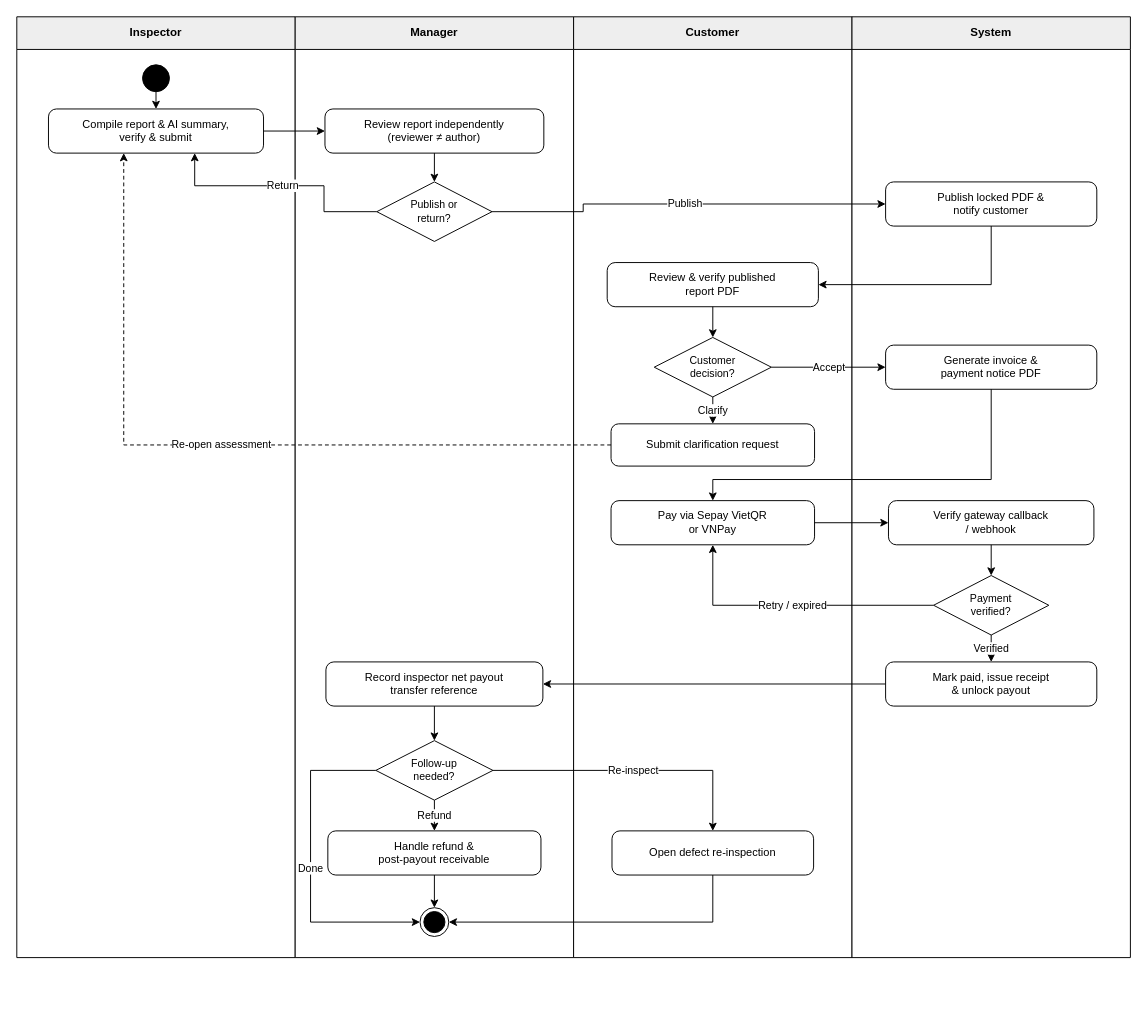
Earlier version of the draw.io diagram page "MF4 - Report, Finance & Reinspection" (5 of 5) of diagrams/smartdrone-activity-diagrams.drawio (tungbach12/SmartDroneInspection-Docs). Source tidied: cells renumbered, new cells numbered last; positions are measured from the earlier drawing's top-left corner, leaving out a move shared by most shapes. Both pictures are drawn from the tidied source at 96%, with x=0, y=0 at pixel (16, 16).
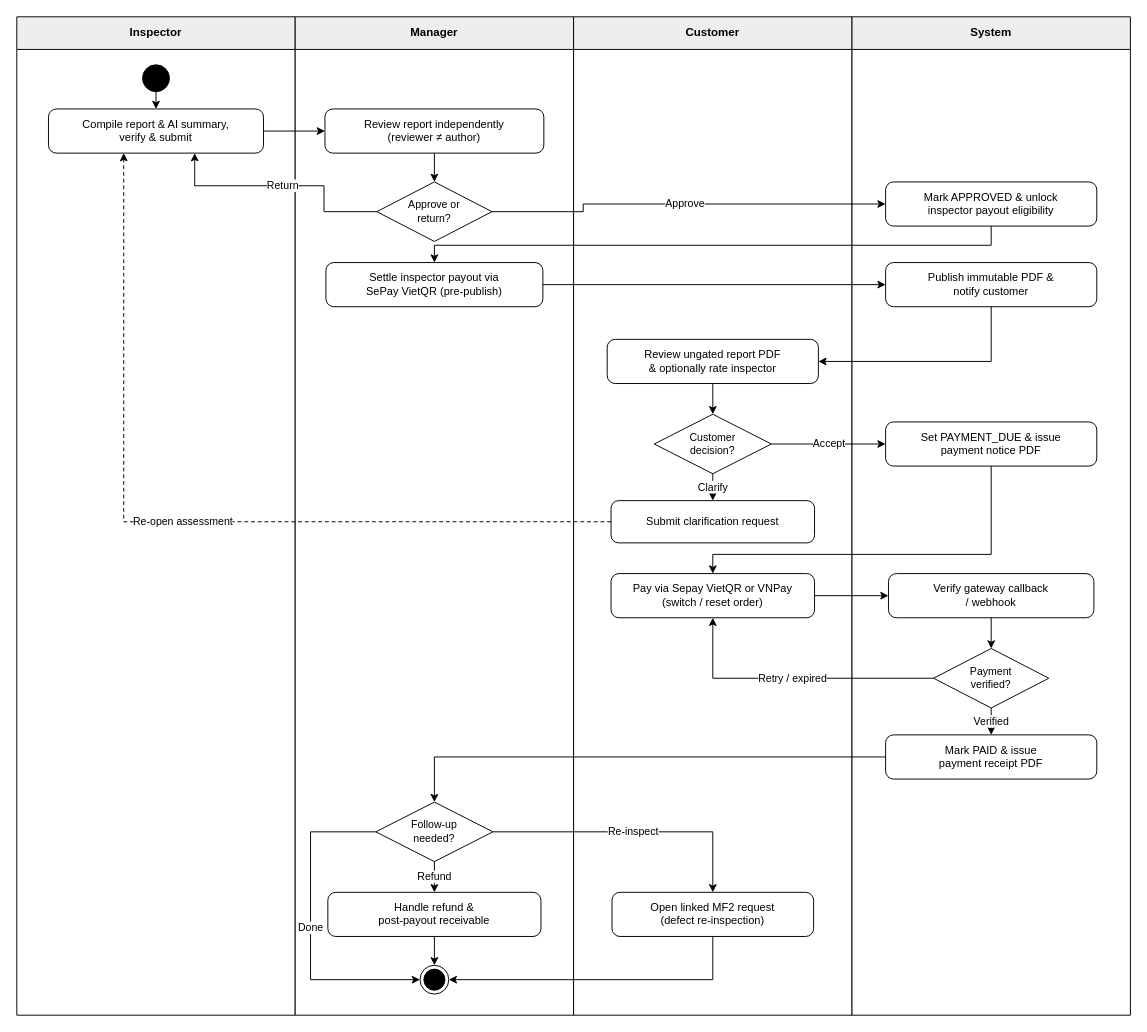
The same diagram, later.

Unchanged cells that the change refers to:
```xml
<mxCell id="7" value="Compile report &amp;amp; AI summary,&lt;br&gt;verify &amp;amp; submit" style="rounded=1;whiteSpace=wrap;html=1;arcSize=18;fillColor=#FFFFFF;strokeColor=#000000;strokeWidth=1;fontColor=#000000;fontSize=11.5;fontFamily=Helvetica;align=center;verticalAlign=middle;spacingLeft=8;spacingRight=8;" parent="1" vertex="1">
  <mxGeometry x="33" y="96" width="224" height="46" as="geometry" />
</mxCell>
```

The edit, as a diff of the source:
```diff
@@
     <mxCell id="2" value="Inspector" style="swimlane;whiteSpace=wrap;html=1;startSize=34;fillColor=#EEEEEE;swimlaneFillColor=#FFFFFF;strokeColor=#000000;strokeWidth=1;fontColor=#000000;fontStyle=1;fontSize=12;fontFamily=Helvetica;" parent="1" vertex="1">
-      <mxGeometry width="290" height="980" as="geometry" />
+      <mxGeometry width="290" height="1040" as="geometry" />
     </mxCell>
     <mxCell id="3" value="Manager" style="swimlane;whiteSpace=wrap;html=1;startSize=34;fillColor=#EEEEEE;swimlaneFillColor=#FFFFFF;strokeColor=#000000;strokeWidth=1;fontColor=#000000;fontStyle=1;fontSize=12;fontFamily=Helvetica;" parent="1" vertex="1">
-      <mxGeometry x="290" width="290" height="980" as="geometry" />
+      <mxGeometry x="290" width="290" height="1040" as="geometry" />
     </mxCell>
     <mxCell id="4" value="Customer" style="swimlane;whiteSpace=wrap;html=1;startSize=34;fillColor=#EEEEEE;swimlaneFillColor=#FFFFFF;strokeColor=#000000;strokeWidth=1;fontColor=#000000;fontStyle=1;fontSize=12;fontFamily=Helvetica;" parent="1" vertex="1">
-      <mxGeometry x="580" width="290" height="980" as="geometry" />
+      <mxGeometry x="580" width="290" height="1040" as="geometry" />
     </mxCell>
     <mxCell id="5" value="System" style="swimlane;whiteSpace=wrap;html=1;startSize=34;fillColor=#EEEEEE;swimlaneFillColor=#FFFFFF;strokeColor=#000000;strokeWidth=1;fontColor=#000000;fontStyle=1;fontSize=12;fontFamily=Helvetica;" parent="1" vertex="1">
-      <mxGeometry x="870" width="290" height="980" as="geometry" />
+      <mxGeometry x="870" width="290" height="1040" as="geometry" />
     </mxCell>
@@
-    <mxCell id="9" value="Publish or&lt;br&gt;return?" style="rhombus;whiteSpace=wrap;html=1;fillColor=#FFFFFF;strokeColor=#000000;strokeWidth=1;fontColor=#000000;fontSize=11;fontFamily=Helvetica;align=center;verticalAlign=middle;" parent="1" vertex="1">
+    <mxCell id="9" value="Approve or&lt;br&gt;return?" style="rhombus;whiteSpace=wrap;html=1;fillColor=#FFFFFF;strokeColor=#000000;strokeWidth=1;fontColor=#000000;fontSize=11;fontFamily=Helvetica;align=center;verticalAlign=middle;" parent="1" vertex="1">
       <mxGeometry x="375" y="172" width="120" height="62" as="geometry" />
     </mxCell>
-    <mxCell id="10" value="Publish locked PDF &amp;amp;&lt;br&gt;notify customer" style="rounded=1;whiteSpace=wrap;html=1;arcSize=18;fillColor=#FFFFFF;strokeColor=#000000;strokeWidth=1;fontColor=#000000;fontSize=11.5;fontFamily=Helvetica;align=center;verticalAlign=middle;spacingLeft=8;spacingRight=8;" parent="1" vertex="1">
+    <mxCell id="10" value="Mark APPROVED &amp;amp; unlock&lt;br&gt;inspector payout eligibility" style="rounded=1;whiteSpace=wrap;html=1;arcSize=18;fillColor=#FFFFFF;strokeColor=#000000;strokeWidth=1;fontColor=#000000;fontSize=11.5;fontFamily=Helvetica;align=center;verticalAlign=middle;spacingLeft=8;spacingRight=8;" parent="1" vertex="1">
       <mxGeometry x="905" y="172" width="220" height="46" as="geometry" />
     </mxCell>
+    <mxCell id="19" value="Settle inspector payout via&lt;br&gt;SePay VietQR (pre-publish)" style="rounded=1;whiteSpace=wrap;html=1;arcSize=18;fillColor=#FFFFFF;strokeColor=#000000;strokeWidth=1;fontColor=#000000;fontSize=11.5;fontFamily=Helvetica;align=center;verticalAlign=middle;spacingLeft=8;spacingRight=8;" parent="1" vertex="1">
+      <mxGeometry x="322" y="256" width="226" height="46" as="geometry" />
+    </mxCell>
+    <mxCell id="46" value="Publish immutable PDF &amp;amp;&lt;br&gt;notify customer" style="rounded=1;whiteSpace=wrap;html=1;arcSize=18;fillColor=#FFFFFF;strokeColor=#000000;strokeWidth=1;fontColor=#000000;fontSize=11.5;fontFamily=Helvetica;align=center;verticalAlign=middle;spacingLeft=8;spacingRight=8;" parent="1" vertex="1">
+      <mxGeometry x="905" y="256" width="220" height="46" as="geometry" />
+    </mxCell>
-    <mxCell id="11" value="Review &amp;amp; verify published&lt;br&gt;report PDF" style="rounded=1;whiteSpace=wrap;html=1;arcSize=18;fillColor=#FFFFFF;strokeColor=#000000;strokeWidth=1;fontColor=#000000;fontSize=11.5;fontFamily=Helvetica;align=center;verticalAlign=middle;spacingLeft=8;spacingRight=8;" parent="1" vertex="1">
-      <mxGeometry x="615" y="256" width="220" height="46" as="geometry" />
+    <mxCell id="11" value="Review ungated report PDF&lt;br&gt;&amp;amp; optionally rate inspector" style="rounded=1;whiteSpace=wrap;html=1;arcSize=18;fillColor=#FFFFFF;strokeColor=#000000;strokeWidth=1;fontColor=#000000;fontSize=11.5;fontFamily=Helvetica;align=center;verticalAlign=middle;spacingLeft=8;spacingRight=8;" parent="1" vertex="1">
+      <mxGeometry x="615" y="336" width="220" height="46" as="geometry" />
     </mxCell>
     <mxCell id="12" value="Customer&lt;br&gt;decision?" style="rhombus;whiteSpace=wrap;html=1;fillColor=#FFFFFF;strokeColor=#000000;strokeWidth=1;fontColor=#000000;fontSize=11;fontFamily=Helvetica;align=center;verticalAlign=middle;" parent="1" vertex="1">
-      <mxGeometry x="664" y="334" width="122" height="62" as="geometry" />
+      <mxGeometry x="664" y="414" width="122" height="62" as="geometry" />
     </mxCell>
     <mxCell id="13" value="Submit clarification request" style="rounded=1;whiteSpace=wrap;html=1;arcSize=18;fillColor=#FFFFFF;strokeColor=#000000;strokeWidth=1;fontColor=#000000;fontSize=11.5;fontFamily=Helvetica;align=center;verticalAlign=middle;spacingLeft=8;spacingRight=8;" parent="1" vertex="1">
-      <mxGeometry x="619" y="424" width="212" height="44" as="geometry" />
+      <mxGeometry x="619" y="504" width="212" height="44" as="geometry" />
     </mxCell>
-    <mxCell id="14" value="Generate invoice &amp;amp;&lt;br&gt;payment notice PDF" style="rounded=1;whiteSpace=wrap;html=1;arcSize=18;fillColor=#FFFFFF;strokeColor=#000000;strokeWidth=1;fontColor=#000000;fontSize=11.5;fontFamily=Helvetica;align=center;verticalAlign=middle;spacingLeft=8;spacingRight=8;" parent="1" vertex="1">
-      <mxGeometry x="905" y="342" width="220" height="46" as="geometry" />
+    <mxCell id="14" value="Set PAYMENT_DUE &amp;amp; issue&lt;br&gt;payment notice PDF" style="rounded=1;whiteSpace=wrap;html=1;arcSize=18;fillColor=#FFFFFF;strokeColor=#000000;strokeWidth=1;fontColor=#000000;fontSize=11.5;fontFamily=Helvetica;align=center;verticalAlign=middle;spacingLeft=8;spacingRight=8;" parent="1" vertex="1">
+      <mxGeometry x="905" y="422" width="220" height="46" as="geometry" />
     </mxCell>
-    <mxCell id="15" value="Pay via Sepay VietQR&lt;br&gt;or VNPay" style="rounded=1;whiteSpace=wrap;html=1;arcSize=18;fillColor=#FFFFFF;strokeColor=#000000;strokeWidth=1;fontColor=#000000;fontSize=11.5;fontFamily=Helvetica;align=center;verticalAlign=middle;spacingLeft=8;spacingRight=8;" parent="1" vertex="1">
-      <mxGeometry x="619" y="504" width="212" height="46" as="geometry" />
+    <mxCell id="15" value="Pay via Sepay VietQR or VNPay&lt;br&gt;(switch / reset order)" style="rounded=1;whiteSpace=wrap;html=1;arcSize=18;fillColor=#FFFFFF;strokeColor=#000000;strokeWidth=1;fontColor=#000000;fontSize=11.5;fontFamily=Helvetica;align=center;verticalAlign=middle;spacingLeft=8;spacingRight=8;" parent="1" vertex="1">
+      <mxGeometry x="619" y="580" width="212" height="46" as="geometry" />
     </mxCell>
     <mxCell id="16" value="Verify gateway callback&lt;br&gt;/ webhook" style="rounded=1;whiteSpace=wrap;html=1;arcSize=18;fillColor=#FFFFFF;strokeColor=#000000;strokeWidth=1;fontColor=#000000;fontSize=11.5;fontFamily=Helvetica;align=center;verticalAlign=middle;spacingLeft=8;spacingRight=8;" parent="1" vertex="1">
-      <mxGeometry x="908" y="504" width="214" height="46" as="geometry" />
+      <mxGeometry x="908" y="580" width="214" height="46" as="geometry" />
     </mxCell>
     <mxCell id="17" value="Payment&lt;br&gt;verified?" style="rhombus;whiteSpace=wrap;html=1;fillColor=#FFFFFF;strokeColor=#000000;strokeWidth=1;fontColor=#000000;fontSize=11;fontFamily=Helvetica;align=center;verticalAlign=middle;" parent="1" vertex="1">
-      <mxGeometry x="955" y="582" width="120" height="62" as="geometry" />
+      <mxGeometry x="955" y="658" width="120" height="62" as="geometry" />
     </mxCell>
-    <mxCell id="18" value="Mark paid, issue receipt&lt;br&gt;&amp;amp; unlock payout" style="rounded=1;whiteSpace=wrap;html=1;arcSize=18;fillColor=#FFFFFF;strokeColor=#000000;strokeWidth=1;fontColor=#000000;fontSize=11.5;fontFamily=Helvetica;align=center;verticalAlign=middle;spacingLeft=8;spacingRight=8;" parent="1" vertex="1">
-      <mxGeometry x="905" y="672" width="220" height="46" as="geometry" />
+    <mxCell id="18" value="Mark PAID &amp;amp; issue&lt;br&gt;payment receipt PDF" style="rounded=1;whiteSpace=wrap;html=1;arcSize=18;fillColor=#FFFFFF;strokeColor=#000000;strokeWidth=1;fontColor=#000000;fontSize=11.5;fontFamily=Helvetica;align=center;verticalAlign=middle;spacingLeft=8;spacingRight=8;" parent="1" vertex="1">
+      <mxGeometry x="905" y="748" width="220" height="46" as="geometry" />
     </mxCell>
-    <mxCell id="19" value="Record inspector net payout&lt;br&gt;transfer reference" style="rounded=1;whiteSpace=wrap;html=1;arcSize=18;fillColor=#FFFFFF;strokeColor=#000000;strokeWidth=1;fontColor=#000000;fontSize=11.5;fontFamily=Helvetica;align=center;verticalAlign=middle;spacingLeft=8;spacingRight=8;" parent="1" vertex="1">
-      <mxGeometry x="322" y="672" width="226" height="46" as="geometry" />
-    </mxCell>
     <mxCell id="20" value="Follow-up&lt;br&gt;needed?" style="rhombus;whiteSpace=wrap;html=1;fillColor=#FFFFFF;strokeColor=#000000;strokeWidth=1;fontColor=#000000;fontSize=11;fontFamily=Helvetica;align=center;verticalAlign=middle;" parent="1" vertex="1">
-      <mxGeometry x="374" y="754" width="122" height="62" as="geometry" />
+      <mxGeometry x="374" y="818" width="122" height="62" as="geometry" />
     </mxCell>
     <mxCell id="21" value="Handle refund &amp;amp;&lt;br&gt;post-payout receivable" style="rounded=1;whiteSpace=wrap;html=1;arcSize=18;fillColor=#FFFFFF;strokeColor=#000000;strokeWidth=1;fontColor=#000000;fontSize=11.5;fontFamily=Helvetica;align=center;verticalAlign=middle;spacingLeft=8;spacingRight=8;" parent="1" vertex="1">
-      <mxGeometry x="324" y="848" width="222" height="46" as="geometry" />
+      <mxGeometry x="324" y="912" width="222" height="46" as="geometry" />
     </mxCell>
-    <mxCell id="22" value="Open defect re-inspection" style="rounded=1;whiteSpace=wrap;html=1;arcSize=18;fillColor=#FFFFFF;strokeColor=#000000;strokeWidth=1;fontColor=#000000;fontSize=11.5;fontFamily=Helvetica;align=center;verticalAlign=middle;spacingLeft=8;spacingRight=8;" parent="1" vertex="1">
-      <mxGeometry x="620" y="848" width="210" height="46" as="geometry" />
+    <mxCell id="22" value="Open linked MF2 request&lt;br&gt;(defect re-inspection)" style="rounded=1;whiteSpace=wrap;html=1;arcSize=18;fillColor=#FFFFFF;strokeColor=#000000;strokeWidth=1;fontColor=#000000;fontSize=11.5;fontFamily=Helvetica;align=center;verticalAlign=middle;spacingLeft=8;spacingRight=8;" parent="1" vertex="1">
+      <mxGeometry x="620" y="912" width="210" height="46" as="geometry" />
     </mxCell>
     <mxCell id="23" style="ellipse;shape=endState;whiteSpace=wrap;html=1;fillColor=#000000;strokeColor=#000000;strokeWidth=1;" parent="1" vertex="1">
-      <mxGeometry x="420" y="928" width="30" height="30" as="geometry" />
+      <mxGeometry x="420" y="988" width="30" height="30" as="geometry" />
     </mxCell>
@@
-    <mxCell id="28" value="Publish" style="edgeStyle=orthogonalEdgeStyle;rounded=0;jettySize=auto;html=1;strokeColor=#000000;strokeWidth=1;endArrow=classic;endFill=1;fontColor=#000000;fontSize=11;fontFamily=Helvetica;labelBackgroundColor=#FFFFFF;exitX=1;exitY=0.5;exitDx=0;exitDy=0;entryX=0;entryY=0.5;entryDx=0;entryDy=0;" parent="1" edge="1" source="9" target="10">
+    <mxCell id="28" value="Approve" style="edgeStyle=orthogonalEdgeStyle;rounded=0;jettySize=auto;html=1;strokeColor=#000000;strokeWidth=1;endArrow=classic;endFill=1;fontColor=#000000;fontSize=11;fontFamily=Helvetica;labelBackgroundColor=#FFFFFF;exitX=1;exitY=0.5;exitDx=0;exitDy=0;entryX=0;entryY=0.5;entryDx=0;entryDy=0;" parent="1" edge="1" source="9" target="10">
       <mxGeometry relative="1" as="geometry">
         <Array as="points">
           <mxPoint x="590" y="203" />
           <mxPoint x="590" y="195" />
         </Array>
       </mxGeometry>
     </mxCell>
+    <mxCell id="47" style="edgeStyle=orthogonalEdgeStyle;rounded=0;jettySize=auto;html=1;strokeColor=#000000;strokeWidth=1;endArrow=classic;endFill=1;fontColor=#000000;fontSize=11;fontFamily=Helvetica;labelBackgroundColor=#FFFFFF;exitX=0.5;exitY=1;exitDx=0;exitDy=0;entryX=0.5;entryY=0;entryDx=0;entryDy=0;" parent="1" edge="1" source="10" target="19">
+      <mxGeometry relative="1" as="geometry">
+        <Array as="points">
+          <mxPoint x="1015" y="238" />
+          <mxPoint x="435" y="238" />
+        </Array>
+      </mxGeometry>
+    </mxCell>
+    <mxCell id="48" style="edgeStyle=orthogonalEdgeStyle;rounded=0;jettySize=auto;html=1;strokeColor=#000000;strokeWidth=1;endArrow=classic;endFill=1;fontColor=#000000;fontSize=11;fontFamily=Helvetica;labelBackgroundColor=#FFFFFF;exitX=1;exitY=0.5;exitDx=0;exitDy=0;entryX=0;entryY=0.5;entryDx=0;entryDy=0;" parent="1" edge="1" source="19" target="46">
+      <mxGeometry relative="1" as="geometry" />
+    </mxCell>
-    <mxCell id="29" style="edgeStyle=orthogonalEdgeStyle;rounded=0;jettySize=auto;html=1;strokeColor=#000000;strokeWidth=1;endArrow=classic;endFill=1;fontColor=#000000;fontSize=11;fontFamily=Helvetica;labelBackgroundColor=#FFFFFF;exitX=0.5;exitY=1;exitDx=0;exitDy=0;entryX=1;entryY=0.5;entryDx=0;entryDy=0;" parent="1" edge="1" source="10" target="11">
+    <mxCell id="29" style="edgeStyle=orthogonalEdgeStyle;rounded=0;jettySize=auto;html=1;strokeColor=#000000;strokeWidth=1;endArrow=classic;endFill=1;fontColor=#000000;fontSize=11;fontFamily=Helvetica;labelBackgroundColor=#FFFFFF;exitX=0.5;exitY=1;exitDx=0;exitDy=0;entryX=1;entryY=0.5;entryDx=0;entryDy=0;" parent="1" edge="1" source="46" target="11">
       <mxGeometry relative="1" as="geometry">
         <Array as="points">
-          <mxPoint x="1015" y="279" />
+          <mxPoint x="1015" y="359" />
         </Array>
       </mxGeometry>
     </mxCell>
@@
     <mxCell id="32" value="Re-open assessment" style="edgeStyle=orthogonalEdgeStyle;rounded=0;jettySize=auto;html=1;strokeColor=#000000;strokeWidth=1;dashed=1;dashPattern=4 3;endArrow=classic;endFill=1;fontColor=#000000;fontSize=11;fontFamily=Helvetica;labelBackgroundColor=#FFFFFF;exitX=0;exitY=0.5;exitDx=0;exitDy=0;entryX=0.35;entryY=1;entryDx=0;entryDy=0;" parent="1" edge="1" source="13" target="7">
       <mxGeometry relative="1" as="geometry">
         <Array as="points">
-          <mxPoint x="111" y="446" />
+          <mxPoint x="111" y="526" />
         </Array>
       </mxGeometry>
     </mxCell>
@@
     <mxCell id="34" style="edgeStyle=orthogonalEdgeStyle;rounded=0;jettySize=auto;html=1;strokeColor=#000000;strokeWidth=1;endArrow=classic;endFill=1;fontColor=#000000;fontSize=11;fontFamily=Helvetica;labelBackgroundColor=#FFFFFF;exitX=0.5;exitY=1;exitDx=0;exitDy=0;entryX=0.5;entryY=0;entryDx=0;entryDy=0;" parent="1" edge="1" source="14" target="15">
       <mxGeometry relative="1" as="geometry">
         <Array as="points">
-          <mxPoint x="1015" y="482" />
-          <mxPoint x="725" y="482" />
+          <mxPoint x="1015" y="560" />
+          <mxPoint x="725" y="560" />
         </Array>
       </mxGeometry>
     </mxCell>
@@
     <mxCell id="37" value="Retry / expired" style="edgeStyle=orthogonalEdgeStyle;rounded=0;jettySize=auto;html=1;strokeColor=#000000;strokeWidth=1;endArrow=classic;endFill=1;fontColor=#000000;fontSize=11;fontFamily=Helvetica;labelBackgroundColor=#FFFFFF;exitX=0;exitY=0.5;exitDx=0;exitDy=0;entryX=0.5;entryY=1;entryDx=0;entryDy=0;" parent="1" edge="1" source="17" target="15">
       <mxGeometry relative="1" as="geometry">
         <Array as="points">
-          <mxPoint x="725" y="613" />
+          <mxPoint x="725" y="689" />
         </Array>
       </mxGeometry>
     </mxCell>
@@
-    <mxCell id="39" style="edgeStyle=orthogonalEdgeStyle;rounded=0;jettySize=auto;html=1;strokeColor=#000000;strokeWidth=1;endArrow=classic;endFill=1;fontColor=#000000;fontSize=11;fontFamily=Helvetica;labelBackgroundColor=#FFFFFF;exitX=0;exitY=0.5;exitDx=0;exitDy=0;entryX=1;entryY=0.5;entryDx=0;entryDy=0;" parent="1" edge="1" source="18" target="19">
-      <mxGeometry relative="1" as="geometry" />
+    <mxCell id="39" style="edgeStyle=orthogonalEdgeStyle;rounded=0;jettySize=auto;html=1;strokeColor=#000000;strokeWidth=1;endArrow=classic;endFill=1;fontColor=#000000;fontSize=11;fontFamily=Helvetica;labelBackgroundColor=#FFFFFF;exitX=0;exitY=0.5;exitDx=0;exitDy=0;entryX=0.5;entryY=0;entryDx=0;entryDy=0;" parent="1" edge="1" source="18" target="20">
+      <mxGeometry relative="1" as="geometry">
+        <Array as="points">
+          <mxPoint x="435" y="771" />
+        </Array>
+      </mxGeometry>
     </mxCell>
-    <mxCell id="40" style="edgeStyle=orthogonalEdgeStyle;rounded=0;jettySize=auto;html=1;strokeColor=#000000;strokeWidth=1;endArrow=classic;endFill=1;fontColor=#000000;fontSize=11;fontFamily=Helvetica;labelBackgroundColor=#FFFFFF;exitX=0.5;exitY=1;exitDx=0;exitDy=0;entryX=0.5;entryY=0;entryDx=0;entryDy=0;" parent="1" edge="1" source="19" target="20">
-      <mxGeometry relative="1" as="geometry" />
-    </mxCell>
@@
     <mxCell id="42" value="Re-inspect" style="edgeStyle=orthogonalEdgeStyle;rounded=0;jettySize=auto;html=1;strokeColor=#000000;strokeWidth=1;endArrow=classic;endFill=1;fontColor=#000000;fontSize=11;fontFamily=Helvetica;labelBackgroundColor=#FFFFFF;exitX=1;exitY=0.5;exitDx=0;exitDy=0;entryX=0.5;entryY=0;entryDx=0;entryDy=0;" parent="1" edge="1" source="20" target="22">
       <mxGeometry relative="1" as="geometry">
         <Array as="points">
-          <mxPoint x="725" y="785" />
+          <mxPoint x="725" y="849" />
         </Array>
       </mxGeometry>
     </mxCell>
     <mxCell id="43" value="Done" style="edgeStyle=orthogonalEdgeStyle;rounded=0;jettySize=auto;html=1;strokeColor=#000000;strokeWidth=1;endArrow=classic;endFill=1;fontColor=#000000;fontSize=11;fontFamily=Helvetica;labelBackgroundColor=#FFFFFF;exitX=0;exitY=0.5;exitDx=0;exitDy=0;entryX=0;entryY=0.5;entryDx=0;entryDy=0;" parent="1" edge="1" source="20" target="23">
       <mxGeometry relative="1" as="geometry">
         <Array as="points">
-          <mxPoint x="306" y="785" />
-          <mxPoint x="306" y="943" />
+          <mxPoint x="306" y="849" />
+          <mxPoint x="306" y="1003" />
         </Array>
       </mxGeometry>
     </mxCell>
@@
     <mxCell id="45" style="edgeStyle=orthogonalEdgeStyle;rounded=0;jettySize=auto;html=1;strokeColor=#000000;strokeWidth=1;endArrow=classic;endFill=1;fontColor=#000000;fontSize=11;fontFamily=Helvetica;labelBackgroundColor=#FFFFFF;exitX=0.5;exitY=1;exitDx=0;exitDy=0;entryX=1;entryY=0.5;entryDx=0;entryDy=0;" parent="1" edge="1" source="22" target="23">
       <mxGeometry relative="1" as="geometry">
         <Array as="points">
-          <mxPoint x="725" y="943" />
+          <mxPoint x="725" y="1003" />
         </Array>
       </mxGeometry>
     </mxCell>
```
